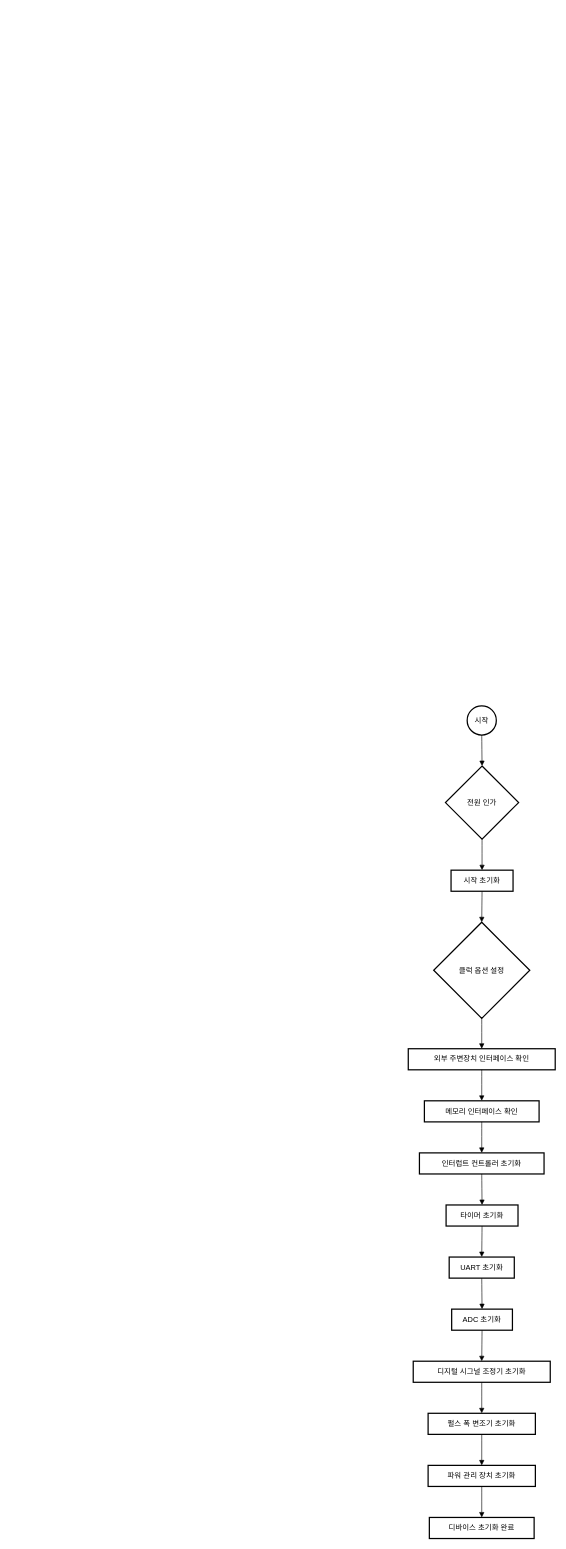
chillin2/MyDraw.io keeps this draw.io diagram as EABS_SIL4/FCPU/FCPU_Init_Flowchart01.drawio. Above is the earlier version. Source tidied: cells renumbered, new cells numbered last; positions are measured from the earlier drawing's top-left corner, leaving out a move shared by most shapes. Both pictures are drawn from the tidied source at 62%, with x=0, y=0 at pixel (408, 706).
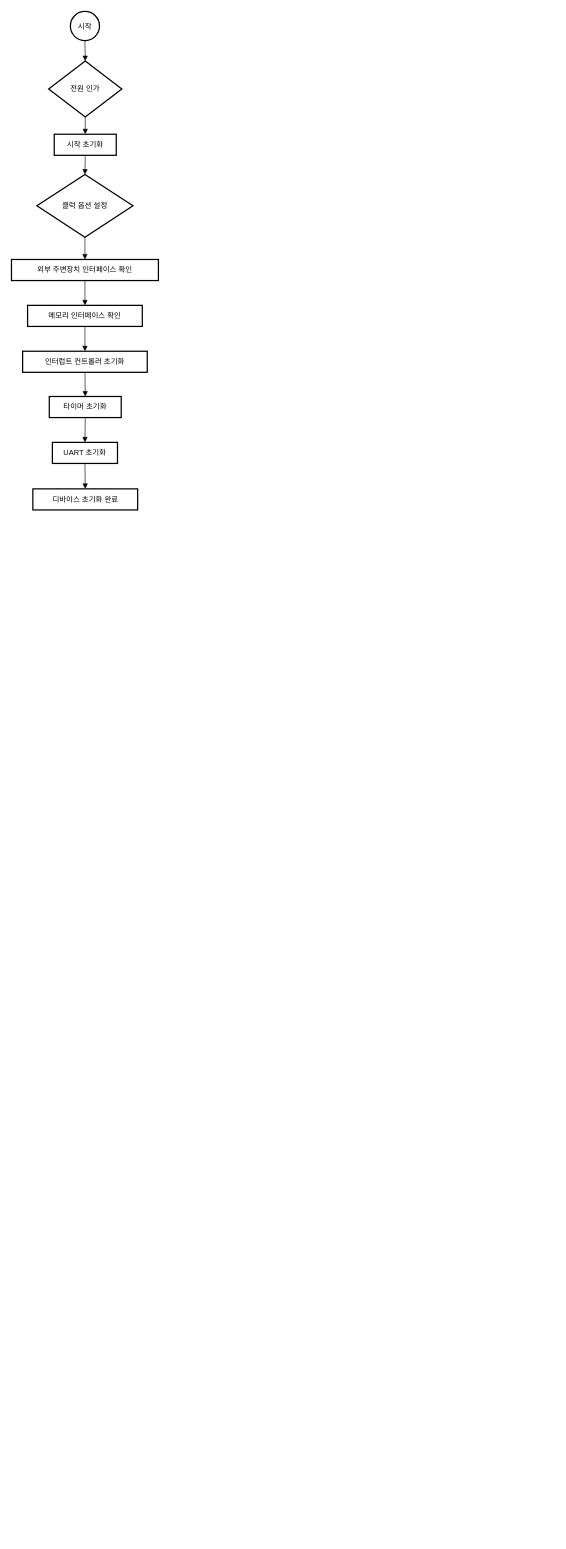
The same diagram, later.

What changed in the source:
```diff
@@
     <mxCell id="2" value="시작" style="ellipse;strokeWidth=2;whiteSpace=wrap;" parent="1" vertex="1">
-      <mxGeometry x="95" width="47" height="47" as="geometry" />
+      <mxGeometry x="-545" y="-1120" width="47" height="47" as="geometry" />
     </mxCell>
     <mxCell id="3" value="전원 인가" style="rhombus;strokeWidth=2;whiteSpace=wrap;" parent="1" vertex="1">
-      <mxGeometry x="60" y="97" width="118" height="118" as="geometry" />
+      <mxGeometry x="-580" y="-1040" width="118" height="90" as="geometry" />
     </mxCell>
     <mxCell id="4" value="시작 초기화" style="whiteSpace=wrap;strokeWidth=2;" parent="1" vertex="1">
-      <mxGeometry x="69" y="265" width="100" height="34" as="geometry" />
+      <mxGeometry x="-571" y="-922" width="100" height="34" as="geometry" />
     </mxCell>
     <mxCell id="5" value="클럭 옵션 설정" style="rhombus;strokeWidth=2;whiteSpace=wrap;" parent="1" vertex="1">
-      <mxGeometry x="41" y="349" width="155" height="155" as="geometry" />
+      <mxGeometry x="-599" y="-857" width="155" height="101" as="geometry" />
     </mxCell>
     <mxCell id="6" value="외부 주변장치 인터페이스 확인" style="whiteSpace=wrap;strokeWidth=2;" parent="1" vertex="1">
-      <mxGeometry y="553" width="237" height="34" as="geometry" />
+      <mxGeometry x="-640" y="-720" width="237" height="34" as="geometry" />
     </mxCell>
     <mxCell id="7" value="메모리 인터페이스 확인" style="whiteSpace=wrap;strokeWidth=2;" parent="1" vertex="1">
-      <mxGeometry x="26" y="637" width="185" height="34" as="geometry" />
+      <mxGeometry x="-614" y="-646" width="185" height="34" as="geometry" />
     </mxCell>
     <mxCell id="8" value="인터럽트 컨트롤러 초기화" style="whiteSpace=wrap;strokeWidth=2;" parent="1" vertex="1">
-      <mxGeometry x="18" y="721" width="201" height="34" as="geometry" />
+      <mxGeometry x="-622" y="-572" width="201" height="34" as="geometry" />
     </mxCell>
     <mxCell id="9" value="타이머 초기화" style="whiteSpace=wrap;strokeWidth=2;" parent="1" vertex="1">
-      <mxGeometry x="61" y="805" width="116" height="34" as="geometry" />
+      <mxGeometry x="-579" y="-499" width="116" height="34" as="geometry" />
     </mxCell>
     <mxCell id="10" value="UART 초기화" style="whiteSpace=wrap;strokeWidth=2;" parent="1" vertex="1">
-      <mxGeometry x="66" y="889" width="105" height="34" as="geometry" />
+      <mxGeometry x="-574" y="-425" width="105" height="34" as="geometry" />
     </mxCell>
-    <mxCell id="11" value="ADC 초기화" style="whiteSpace=wrap;strokeWidth=2;" parent="1" vertex="1">
-      <mxGeometry x="70" y="973" width="98" height="34" as="geometry" />
-    </mxCell>
-    <mxCell id="12" value="디지털 시그널 조정기 초기화" style="whiteSpace=wrap;strokeWidth=2;" parent="1" vertex="1">
-      <mxGeometry x="8" y="1057" width="221" height="34" as="geometry" />
-    </mxCell>
-    <mxCell id="13" value="펄스 폭 변조기 초기화" style="whiteSpace=wrap;strokeWidth=2;" parent="1" vertex="1">
-      <mxGeometry x="32" y="1141" width="173" height="34" as="geometry" />
-    </mxCell>
-    <mxCell id="14" value="파워 관리 장치 초기화" style="whiteSpace=wrap;strokeWidth=2;" parent="1" vertex="1">
-      <mxGeometry x="32" y="1225" width="173" height="34" as="geometry" />
-    </mxCell>
     <mxCell id="15" value="디바이스 초기화 완료" style="whiteSpace=wrap;strokeWidth=2;" parent="1" vertex="1">
-      <mxGeometry x="34" y="1309" width="169" height="34" as="geometry" />
+      <mxGeometry x="-605.5" y="-350" width="169" height="34" as="geometry" />
     </mxCell>
@@
-    <mxCell id="24" style="curved=1;startArrow=none;endArrow=block;exitX=0.5;exitY=1.01;entryX=0.5;entryY=0.01;" parent="1" edge="1" source="10" target="11">
+    <mxCell id="24" style="curved=1;startArrow=none;endArrow=block;exitX=0.5;exitY=1.01;entryX=0.5;entryY=0;entryDx=0;entryDy=0;" parent="1" edge="1" source="10" target="15">
       <mxGeometry relative="1" as="geometry" />
     </mxCell>
-    <mxCell id="25" style="curved=1;startArrow=none;endArrow=block;exitX=0.5;exitY=1.01;entryX=0.5;entryY=0.01;" parent="1" edge="1" source="11" target="12">
-      <mxGeometry relative="1" as="geometry" />
-    </mxCell>
-    <mxCell id="26" style="curved=1;startArrow=none;endArrow=block;exitX=0.5;exitY=1.01;entryX=0.5;entryY=0.01;" parent="1" edge="1" source="12" target="13">
-      <mxGeometry relative="1" as="geometry" />
-    </mxCell>
-    <mxCell id="27" style="curved=1;startArrow=none;endArrow=block;exitX=0.5;exitY=1.01;entryX=0.5;entryY=0.01;" parent="1" edge="1" source="13" target="14">
-      <mxGeometry relative="1" as="geometry" />
-    </mxCell>
-    <mxCell id="28" style="curved=1;startArrow=none;endArrow=block;exitX=0.5;exitY=1.01;entryX=0.5;entryY=0.01;" parent="1" edge="1" source="14" target="15">
-      <mxGeometry relative="1" as="geometry" />
-    </mxCell>
```
